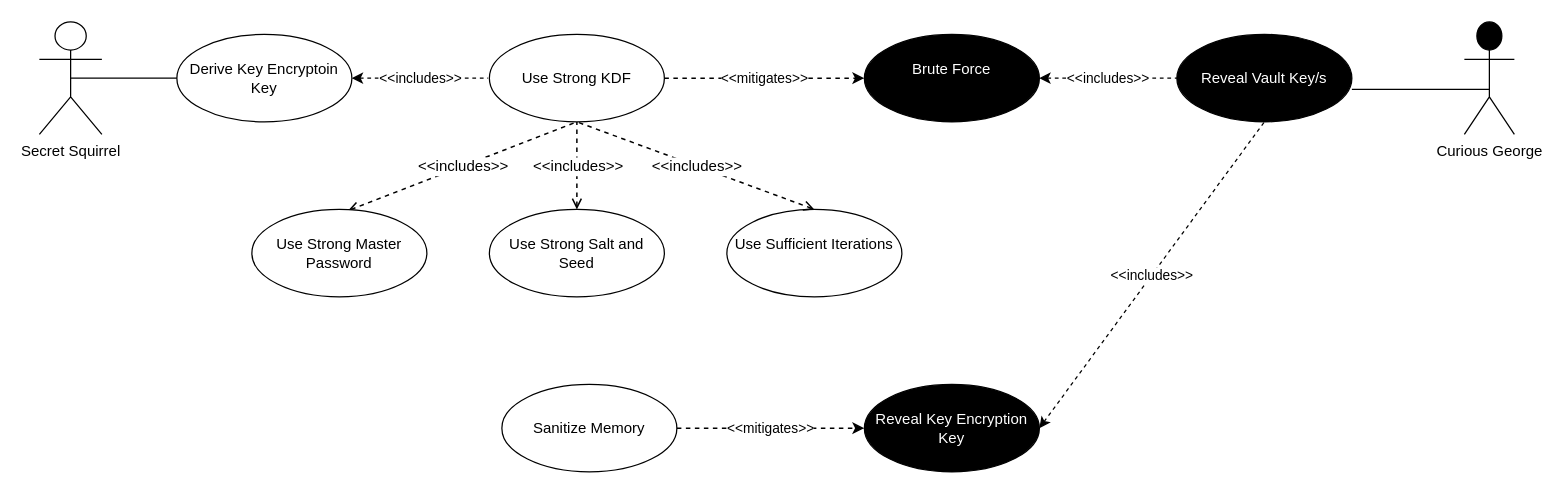
Earlier version of the draw.io diagram page "Key Encryption Key" (2 of 5) of Images/Use Cases.drawio (sdfrench/CYBR8420-GotRoot). Source tidied: cells renumbered, new cells numbered last; positions are measured from the earlier drawing's top-left corner, leaving out a move shared by most shapes. Both pictures are drawn from the tidied source at 125%, with x=0, y=0 at pixel (39, 21).
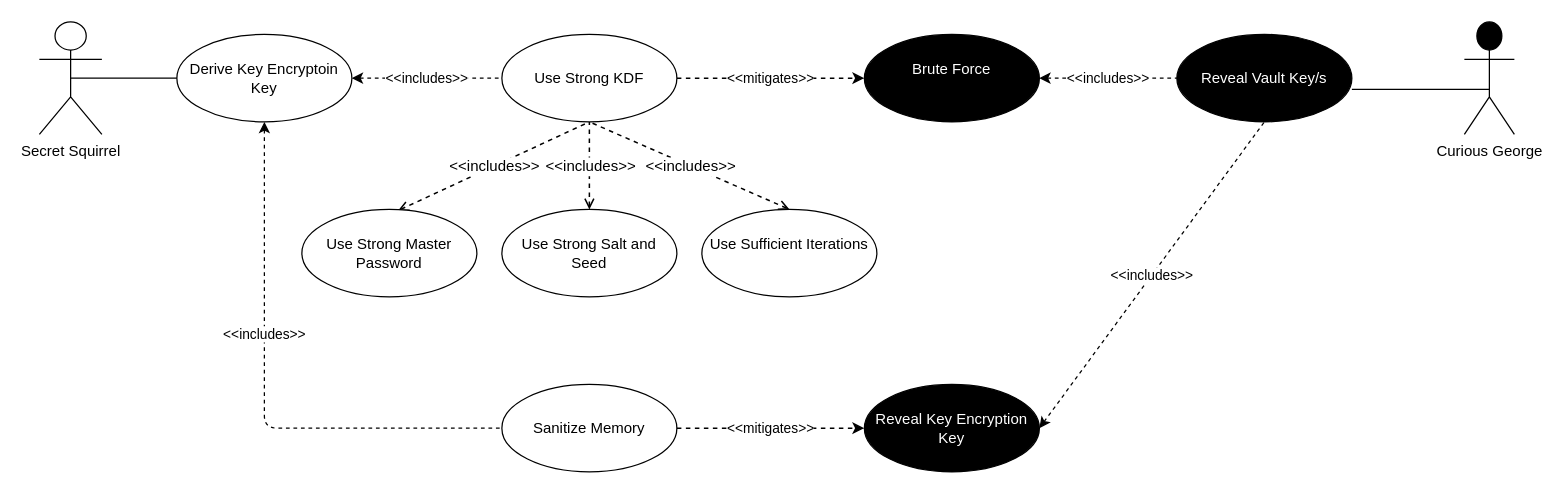
The same page after the edit.

Unchanged cells that the change refers to:
```xml
<mxCell id="2" value="Derive Key Encryptoin Key" style="ellipse;whiteSpace=wrap;html=1;" parent="1" vertex="1">
  <mxGeometry x="110" y="10" width="140" height="70" as="geometry" />
</mxCell>
<mxCell id="10" value="Sanitize Memory" style="ellipse;whiteSpace=wrap;html=1;" parent="1" vertex="1">
  <mxGeometry x="370" y="290" width="140" height="70" as="geometry" />
</mxCell>
```

The edit, as a diff of the source:
```diff
@@
-    <mxCell id="8" value="&amp;lt;&amp;lt;includes&amp;gt;&amp;gt;" style="edgeStyle=none;rounded=1;jettySize=auto;html=1;dashed=1;startArrow=classic;startFill=1;endArrow=none;endFill=0;fontColor=#000000;exitX=1;exitY=0.5;exitDx=0;exitDy=0;" parent="1" edge="1" source="2">
-      <mxGeometry relative="1" as="geometry">
-        <mxPoint x="359" y="45" as="targetPoint" />
-      </mxGeometry>
+    <mxCell id="8" value="&amp;lt;&amp;lt;includes&amp;gt;&amp;gt;" style="edgeStyle=none;rounded=1;jettySize=auto;html=1;dashed=1;startArrow=classic;startFill=1;endArrow=none;endFill=0;fontColor=#000000;exitX=1;exitY=0.5;exitDx=0;exitDy=0;entryX=0;entryY=0.5;entryDx=0;entryDy=0;" parent="1" edge="1" source="2" target="9">
+      <mxGeometry relative="1" as="geometry" />
     </mxCell>
     <mxCell id="9" value="Use Strong KDF" style="ellipse;whiteSpace=wrap;html=1;" parent="1" vertex="1">
-      <mxGeometry x="360" y="10" width="140" height="70" as="geometry" />
+      <mxGeometry x="370" y="10" width="140" height="70" as="geometry" />
     </mxCell>
@@
     <mxCell id="11" value="Use Strong Master Password" style="ellipse;whiteSpace=wrap;html=1;" parent="1" vertex="1">
-      <mxGeometry x="170" y="150" width="140" height="70" as="geometry" />
+      <mxGeometry x="210" y="150" width="140" height="70" as="geometry" />
     </mxCell>
@@
     <mxCell id="19" value="Use Strong Salt and Seed" style="ellipse;whiteSpace=wrap;html=1;" parent="1" vertex="1">
-      <mxGeometry x="360" y="150" width="140" height="70" as="geometry" />
+      <mxGeometry x="370" y="150" width="140" height="70" as="geometry" />
     </mxCell>
     <mxCell id="20" value="&lt;div&gt;Use Sufficient Iterations&lt;/div&gt;&lt;div&gt; &lt;br&gt;&lt;/div&gt;" style="ellipse;whiteSpace=wrap;html=1;" parent="1" vertex="1">
-      <mxGeometry x="550" y="150" width="140" height="70" as="geometry" />
+      <mxGeometry x="530" y="150" width="140" height="70" as="geometry" />
     </mxCell>
-    <mxCell id="21" style="html=1;jettySize=18;fontSize=11;strokeOpacity=100;dashed=1;strokeWidth=1.2;rounded=1;arcSize=10;startArrow=open;endArrow=none;elbow=vertical;endFill=0;" parent="1" edge="1" source="19">
-      <mxGeometry relative="1" as="geometry">
-        <mxPoint x="430" y="80" as="targetPoint" />
-      </mxGeometry>
+    <mxCell id="21" style="html=1;jettySize=18;fontSize=11;strokeOpacity=100;dashed=1;strokeWidth=1.2;rounded=1;arcSize=10;startArrow=open;endArrow=none;elbow=vertical;endFill=0;entryX=0.5;entryY=1;entryDx=0;entryDy=0;" parent="1" edge="1" source="19" target="9">
+      <mxGeometry relative="1" as="geometry" />
     </mxCell>
@@
+    <mxCell id="26" value="&amp;lt;&amp;lt;includes&amp;gt;&amp;gt;" style="edgeStyle=orthogonalEdgeStyle;rounded=1;jettySize=auto;html=1;dashed=1;startArrow=classic;startFill=1;endArrow=none;endFill=0;fontColor=#000000;exitX=0.5;exitY=1;exitDx=0;exitDy=0;entryX=0;entryY=0.5;entryDx=0;entryDy=0;" parent="1" edge="1" source="2" target="10">
+      <mxGeometry x="-0.22" relative="1" as="geometry" />
+    </mxCell>
```
